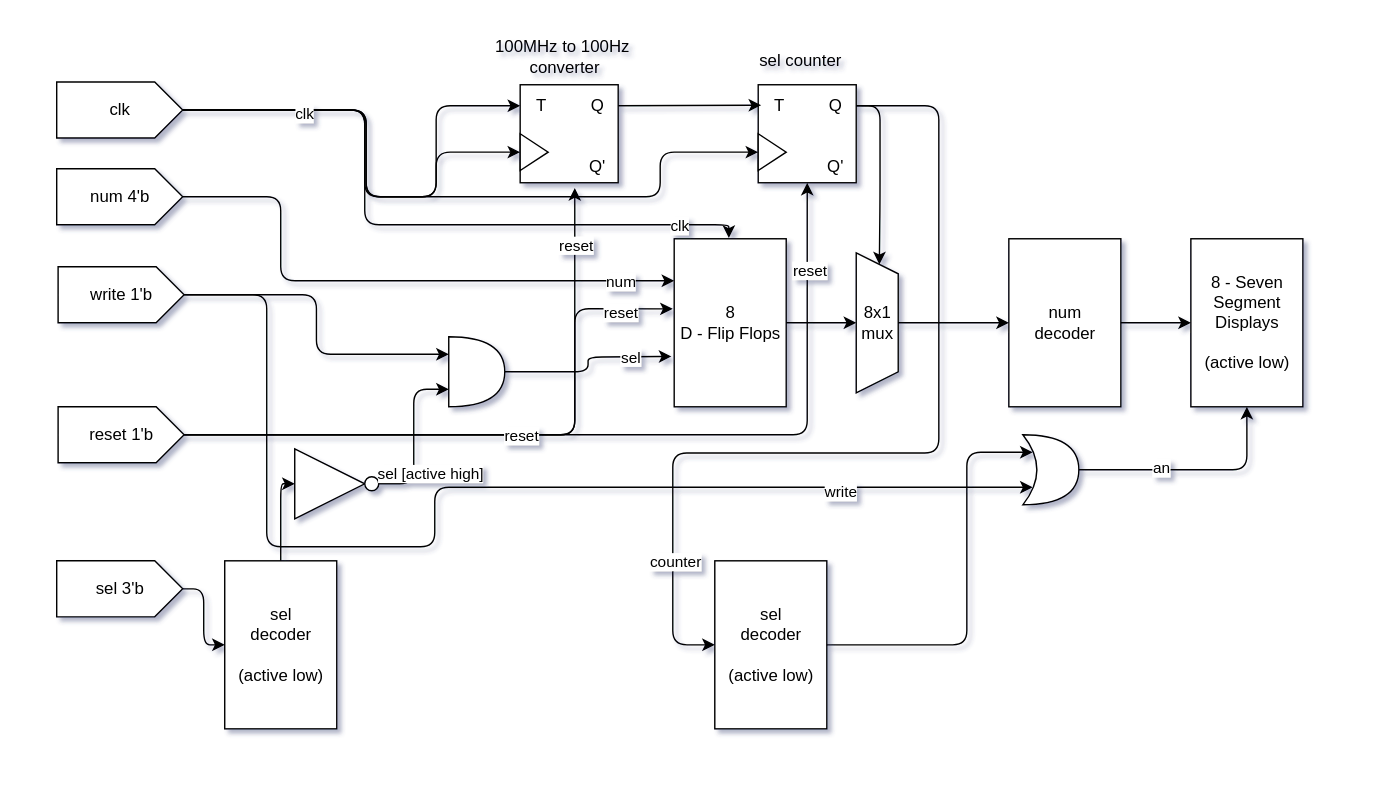
talhaticx/DSD_2023_EE_174 keeps this draw.io diagram as Lab-7/docs/circuit.svg. Above is the earlier version. Source tidied: cells renumbered, new cells last; positions are measured from the earlier drawing's top-left corner, leaving out a move shared by most shapes.
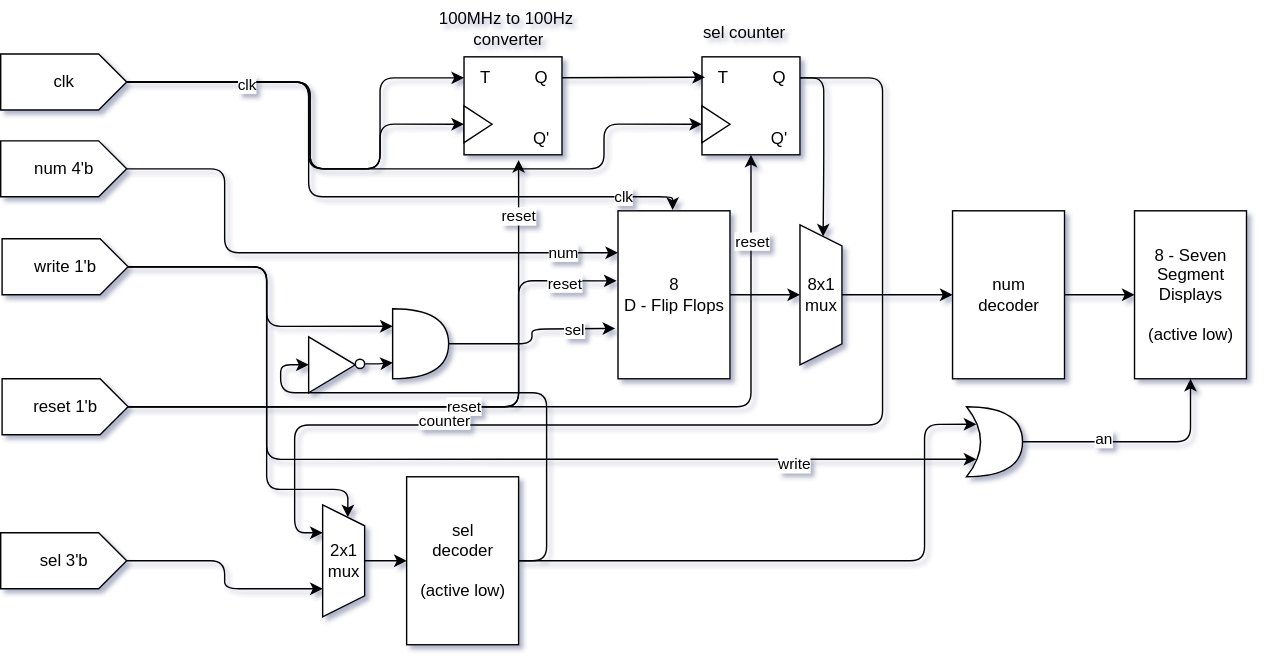
After the commit.

Commit message:
lab 7 diagram 2x1 mux added

What changed in the source:
```diff
@@ -5,18 +5,12 @@
     <mxCell id="2" value="num&lt;div&gt;decoder&lt;/div&gt;" style="externalPins=0;shadow=0;dashed=0;align=center;html=1;strokeWidth=1;shape=mxgraph.rtl.abstract.entity;kind=sequential;drawPins=0;left=3;right=2;bottom=0;top=0;" parent="1" vertex="1">
       <mxGeometry x="720" y="170" width="80" height="120" as="geometry" />
     </mxCell>
-    <mxCell id="3" style="edgeStyle=orthogonalEdgeStyle;html=1;entryX=0;entryY=0.5;entryDx=0;entryDy=0;" parent="1" edge="1" source="6" target="27">
-      <mxGeometry relative="1" as="geometry" />
-    </mxCell>
     <mxCell id="4" style="edgeStyle=orthogonalEdgeStyle;html=1;exitX=1;exitY=0.5;exitDx=0;exitDy=0;exitPerimeter=0;" parent="1" edge="1" source="41" target="29">
       <mxGeometry relative="1" as="geometry" />
     </mxCell>
     <mxCell id="5" value="an" style="edgeLabel;html=1;align=center;verticalAlign=middle;" parent="4" vertex="1">
       <mxGeometry x="-0.3" y="2" relative="1" as="geometry" />
     </mxCell>
-    <mxCell id="6" value="sel&lt;div&gt;decoder&lt;/div&gt;&lt;div&gt;&lt;br&gt;&lt;/div&gt;&lt;div&gt;(active low)&lt;/div&gt;" style="externalPins=0;shadow=0;dashed=0;align=center;html=1;strokeWidth=1;shape=mxgraph.rtl.abstract.entity;kind=sequential;drawPins=0;left=3;right=2;bottom=0;top=0;" parent="1" vertex="1">
-      <mxGeometry x="160" y="400" width="80" height="120" as="geometry" />
-    </mxCell>
     <mxCell id="7" value="num 4'b" style="externalPins=0;shadow=0;dashed=0;align=center;html=1;strokeWidth=1;shape=mxgraph.rtl.abstract.entity;kind=input;drawPins=0;left=0;right=1;bottom=0;top=0;" parent="1" vertex="1">
       <mxGeometry x="40" y="120" width="90" height="40" as="geometry" />
     </mxCell>
@@ -70,7 +64,11 @@
       <mxGeometry x="0.82" relative="1" as="geometry" />
     </mxCell>
     <mxCell id="16" style="edgeStyle=orthogonalEdgeStyle;html=1;exitX=0;exitY=0;exitDx=90;exitDy=20;exitPerimeter=0;entryX=0.5;entryY=1;entryDx=0;entryDy=0;" parent="1" edge="1" source="18" target="45">
-      <mxGeometry relative="1" as="geometry" />
+      <mxGeometry relative="1" as="geometry">
+        <Array as="points">
+          <mxPoint x="576" y="310" />
+        </Array>
+      </mxGeometry>
     </mxCell>
     <mxCell id="17" value="reset" style="edgeLabel;html=1;align=center;verticalAlign=middle;" parent="16" vertex="1">
       <mxGeometry x="0.8" y="-1" relative="1" as="geometry" />
@@ -114,18 +112,18 @@
       </mxGeometry>
     </mxCell>
     <mxCell id="26" style="group;" parent="1" vertex="1">
-      <mxGeometry x="210" y="320" width="60" height="50" as="geometry" />
+      <mxGeometry x="260" y="260" width="40" height="40" as="geometry" />
     </mxCell>
     <mxCell id="27" style="triangle;whiteSpace=wrap;html=1;" parent="26" vertex="1">
-      <mxGeometry width="50" height="50" as="geometry" />
+      <mxGeometry width="33.3" height="40" as="geometry" />
     </mxCell>
     <mxCell id="28" style="ellipse;whiteSpace=wrap;html=1;" parent="26" vertex="1">
-      <mxGeometry x="50" y="20" width="10" height="10" as="geometry" />
+      <mxGeometry x="33.3" y="16" width="6.7" height="6.7" as="geometry" />
     </mxCell>
     <mxCell id="29" value="&lt;div&gt;8 -&amp;nbsp;&lt;span style=&quot;background-color: transparent;&quot;&gt;Seven&lt;/span&gt;&lt;/div&gt;&lt;div&gt;Segment&lt;/div&gt;Displays&lt;div&gt;&lt;font color=&quot;#000000&quot;&gt;&lt;br&gt;&lt;/font&gt;&lt;div&gt;(active low)&lt;/div&gt;&lt;/div&gt;" style="externalPins=0;shadow=0;dashed=0;align=center;html=1;strokeWidth=1;shape=mxgraph.rtl.abstract.entity;kind=sequential;drawPins=0;left=3;right=2;bottom=0;top=0;" parent="1" vertex="1">
       <mxGeometry x="850" y="170" width="80" height="120" as="geometry" />
     </mxCell>
-    <mxCell id="30" style="edgeStyle=orthogonalEdgeStyle;html=1;exitX=0;exitY=0;exitDx=90;exitDy=20;exitPerimeter=0;entryX=0;entryY=0;entryDx=0;entryDy=60;entryPerimeter=0;" parent="1" edge="1" source="8" target="6">
+    <mxCell id="30" style="edgeStyle=orthogonalEdgeStyle;html=1;exitX=0;exitY=0;exitDx=90;exitDy=20;exitPerimeter=0;entryX=0;entryY=0;entryDx=0;entryDy=60;entryPerimeter=0;" parent="1" edge="1" source="8" target="67">
       <mxGeometry relative="1" as="geometry" />
     </mxCell>
     <mxCell id="31" style="edgeStyle=orthogonalEdgeStyle;html=1;exitX=0;exitY=0;exitDx=90;exitDy=20;exitPerimeter=0;entryX=-0.013;entryY=0.417;entryDx=0;entryDy=0;entryPerimeter=0;" parent="1" edge="1" source="18" target="20">
@@ -147,16 +145,16 @@
     <mxCell id="34" style="shape=or;whiteSpace=wrap;html=1;" parent="1" vertex="1">
       <mxGeometry x="320" y="240" width="40" height="50" as="geometry" />
     </mxCell>
-    <mxCell id="35" style="edgeStyle=orthogonalEdgeStyle;html=1;exitX=1;exitY=0.5;exitDx=0;exitDy=0;entryX=0;entryY=0.75;entryDx=0;entryDy=0;entryPerimeter=0;" parent="1" edge="1" source="28" target="34">
+    <mxCell id="35" style="edgeStyle=orthogonalEdgeStyle;html=1;exitX=1;exitY=0.5;exitDx=0;exitDy=0;entryX=0.004;entryY=0.771;entryDx=0;entryDy=0;entryPerimeter=0;" parent="1" edge="1" source="28" target="34">
       <mxGeometry relative="1" as="geometry" />
     </mxCell>
-    <mxCell id="36" value="sel [active high]" style="edgeLabel;html=1;align=center;verticalAlign=middle;" parent="35" vertex="1">
-      <mxGeometry x="-0.49" y="2" relative="1" as="geometry">
-        <mxPoint x="13" y="-3" as="offset" />
-      </mxGeometry>
-    </mxCell>
     <mxCell id="37" style="edgeStyle=orthogonalEdgeStyle;html=1;entryX=0;entryY=0.25;entryDx=0;entryDy=0;entryPerimeter=0;exitX=0;exitY=0;exitDx=90;exitDy=20;exitPerimeter=0;" parent="1" edge="1" source="9" target="34">
-      <mxGeometry relative="1" as="geometry" />
+      <mxGeometry relative="1" as="geometry">
+        <Array as="points">
+          <mxPoint x="230" y="210" />
+          <mxPoint x="230" y="253" />
+        </Array>
+      </mxGeometry>
     </mxCell>
     <mxCell id="38" style="edgeStyle=orthogonalEdgeStyle;html=1;" parent="1" edge="1" source="34">
       <mxGeometry relative="1" as="geometry">
@@ -175,10 +173,8 @@
     <mxCell id="42" style="edgeStyle=orthogonalEdgeStyle;html=1;exitX=0;exitY=0;exitDx=90;exitDy=20;exitPerimeter=0;entryX=0.175;entryY=0.75;entryDx=0;entryDy=0;entryPerimeter=0;" parent="1" edge="1" source="9" target="41">
       <mxGeometry relative="1" as="geometry">
         <Array as="points">
-          <mxPoint x="190" y="210" />
-          <mxPoint x="190" y="390" />
-          <mxPoint x="310" y="390" />
-          <mxPoint x="310" y="348" />
+          <mxPoint x="230" y="210" />
+          <mxPoint x="230" y="348" />
         </Array>
       </mxGeometry>
     </mxCell>
@@ -235,19 +231,19 @@
     <mxCell id="59" value="sel counter" style="text;html=1;align=center;verticalAlign=middle;strokeColor=none;fillColor=none;" parent="1" vertex="1">
       <mxGeometry x="531" y="28" width="80" height="30" as="geometry" />
     </mxCell>
-    <mxCell id="60" style="edgeStyle=orthogonalEdgeStyle;html=1;entryX=0;entryY=0;entryDx=0;entryDy=60;entryPerimeter=0;" parent="1" edge="1" source="48" target="65">
+    <mxCell id="60" style="edgeStyle=orthogonalEdgeStyle;html=1;entryX=0;entryY=0;entryDx=0;entryDy=20;entryPerimeter=0;" parent="1" edge="1" source="48" target="67">
       <mxGeometry relative="1" as="geometry">
         <Array as="points">
           <mxPoint x="670" y="75" />
           <mxPoint x="670" y="323" />
-          <mxPoint x="480" y="323" />
-          <mxPoint x="480" y="460" />
+          <mxPoint x="250" y="323" />
+          <mxPoint x="250" y="400" />
         </Array>
       </mxGeometry>
     </mxCell>
     <mxCell id="61" value="counter" style="edgeLabel;html=1;align=center;verticalAlign=middle;" parent="60" vertex="1">
       <mxGeometry x="0.3" y="1" relative="1" as="geometry">
-        <mxPoint x="-65" y="76" as="offset" />
+        <mxPoint x="-86" y="-4" as="offset" />
       </mxGeometry>
     </mxCell>
     <mxCell id="62" style="edgeStyle=orthogonalEdgeStyle;html=1;entryX=0.551;entryY=0.083;entryDx=0;entryDy=0;entryPerimeter=0;" parent="1" edge="1" source="48" target="40">
@@ -265,19 +261,42 @@
     <mxCell id="64" style="edgeStyle=none;html=1;entryX=0;entryY=0;entryDx=0;entryDy=60;entryPerimeter=0;" parent="1" edge="1" source="2" target="29">
       <mxGeometry relative="1" as="geometry" />
     </mxCell>
+    <mxCell id="68" style="edgeStyle=orthogonalEdgeStyle;html=1;entryX=0;entryY=0.5;entryDx=0;entryDy=0;" parent="1" edge="1" source="65" target="27">
+      <mxGeometry relative="1" as="geometry">
+        <Array as="points">
+          <mxPoint x="430" y="420" />
+          <mxPoint x="430" y="300" />
+          <mxPoint x="240" y="300" />
+          <mxPoint x="240" y="280" />
+        </Array>
+      </mxGeometry>
+    </mxCell>
     <mxCell id="65" value="sel&lt;div&gt;decoder&lt;/div&gt;&lt;div&gt;&lt;br&gt;&lt;/div&gt;&lt;div&gt;(active low)&lt;/div&gt;" style="externalPins=0;shadow=0;dashed=0;align=center;html=1;strokeWidth=1;shape=mxgraph.rtl.abstract.entity;kind=sequential;drawPins=0;left=3;right=2;bottom=0;top=0;" parent="1" vertex="1">
-      <mxGeometry x="510" y="400" width="80" height="120" as="geometry" />
+      <mxGeometry x="330" y="360" width="80" height="120" as="geometry" />
     </mxCell>
+    <mxCell id="67" value="2x1&lt;div&gt;mux&lt;/div&gt;" style="externalPins=0;shadow=0;dashed=0;align=center;html=1;strokeWidth=1;shape=mxgraph.rtl.abstract.entity;kind=mux;drawPins=0;left=4;right=1;bottom=0;top=0;" parent="1" vertex="1">
+      <mxGeometry x="270" y="380" width="30" height="80" as="geometry" />
+    </mxCell>
+    <mxCell id="69" style="edgeStyle=orthogonalEdgeStyle;html=1;exitX=0;exitY=0;exitDx=90;exitDy=20;exitPerimeter=0;entryX=0.615;entryY=0.113;entryDx=0;entryDy=0;entryPerimeter=0;" parent="1" edge="1" source="9" target="67">
+      <mxGeometry relative="1" as="geometry">
+        <Array as="points">
+          <mxPoint x="230" y="210" />
+          <mxPoint x="230" y="369" />
+          <mxPoint x="288" y="369" />
+          <mxPoint x="288" y="389" />
+        </Array>
+      </mxGeometry>
+    </mxCell>
+    <mxCell id="70" style="edgeStyle=none;html=1;exitX=0;exitY=0;exitDx=30;exitDy=40;exitPerimeter=0;entryX=0;entryY=0;entryDx=0;entryDy=60;entryPerimeter=0;" parent="1" edge="1" source="67" target="65">
+      <mxGeometry relative="1" as="geometry" />
+    </mxCell>
     <mxCell id="66" style="edgeStyle=orthogonalEdgeStyle;html=1;entryX=0.175;entryY=0.25;entryDx=0;entryDy=0;entryPerimeter=0;" parent="1" edge="1" source="65" target="41">
       <mxGeometry relative="1" as="geometry">
         <Array as="points">
-          <mxPoint x="690" y="460" />
-          <mxPoint x="690" y="323" />
+          <mxPoint x="700" y="420" />
+          <mxPoint x="700" y="322" />
         </Array>
       </mxGeometry>
     </mxCell>
-    <mxCell id="67" style="rounded=0;whiteSpace=wrap;html=1;opacity=0;" parent="1" vertex="1">
-      <mxGeometry width="970" height="550" as="geometry" />
-    </mxCell>
   </root>
 </mxGraphModel>
```
